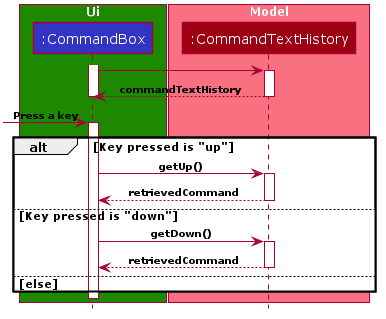
nus-cs2103-AY1920S2/addressbook-level3 keeps this PlantUML diagram as docs/images/UpDownSequenceDiagram.png. Above is the earlier version.
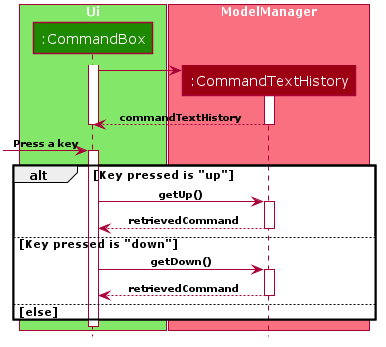
After the change.

What changed in the source:
```diff
@@ -62,16 +62,18 @@
 hide members
 hide circle
 
-box "Ui" #1D8900
-participant ":CommandBox" as CommandBox #3333C4
+box "Ui" #83E769
+participant ":CommandBox" as CommandBox #1D8900
 end box
 
-box "Model" #F97181
+box "ModelManager" #F97181
 participant ":CommandTextHistory" as CommandTextHistory #9D0012
 end box
 
 activate CommandBox
+create CommandTextHistory
 CommandBox->CommandTextHistory
+
 activate CommandTextHistory
 CommandTextHistory-->CommandBox:commandTextHistory
 deactivate CommandTextHistory
```
